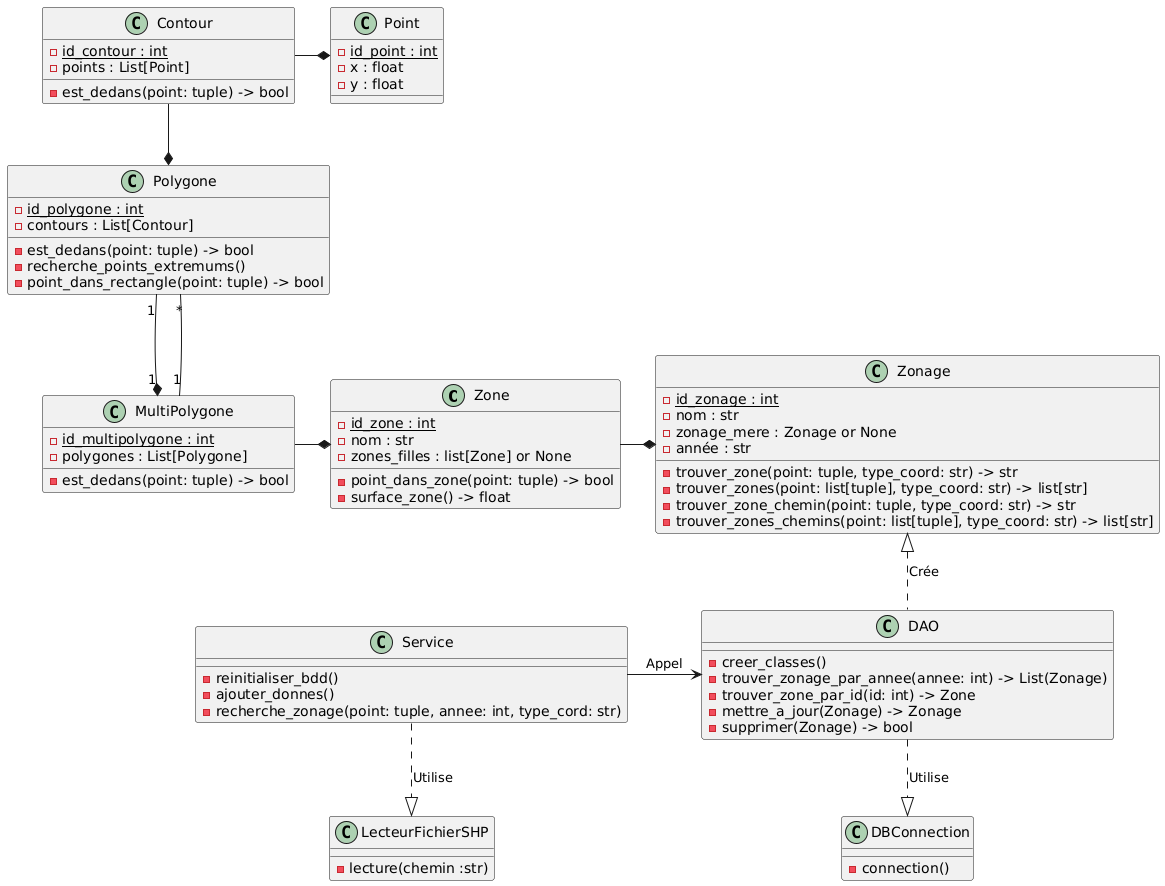
The PlantUML diagram doc/diagrammes/diagramme_classes.png in antoni-guardia/ENSAI_ProjetInfo2A, before a commit.
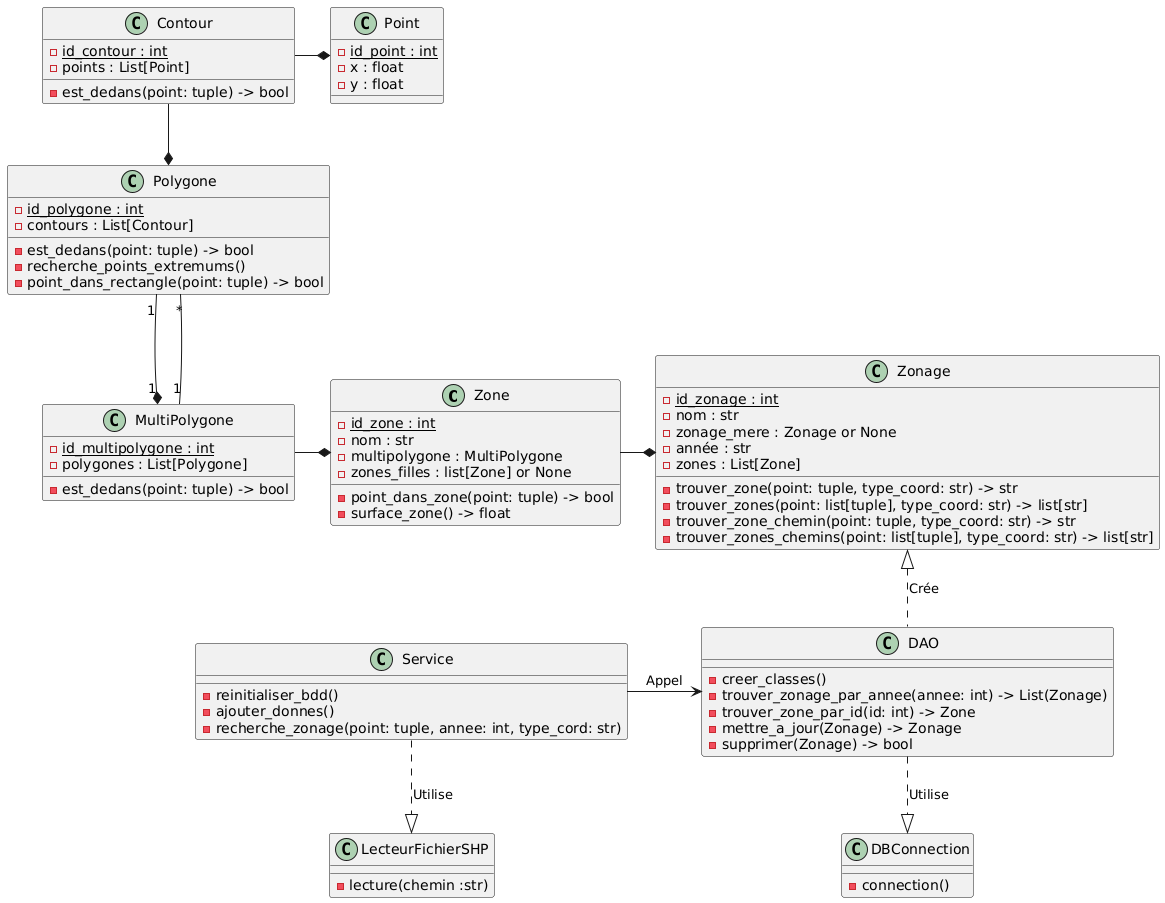
The same file after the commit.

Diff of the diagram source:
```diff
@@ -2,6 +2,7 @@
 class Zone {
  - {Static} id_zone : int
  - nom : str
+ - multipolygone : MultiPolygone
  - zones_filles : list[Zone] or None
  - point_dans_zone(point: tuple) -> bool
  - surface_zone() -> float
@@ -12,6 +13,7 @@
  - nom : str
  - zonage_mere : Zonage or None
  - année : str
+ - zones : List[Zone]
  - trouver_zone(point: tuple, type_coord: str) -> str
  - trouver_zones(point: list[tuple], type_coord: str) -> list[str]
  - trouver_zone_chemin(point: tuple, type_coord: str) -> str
```
